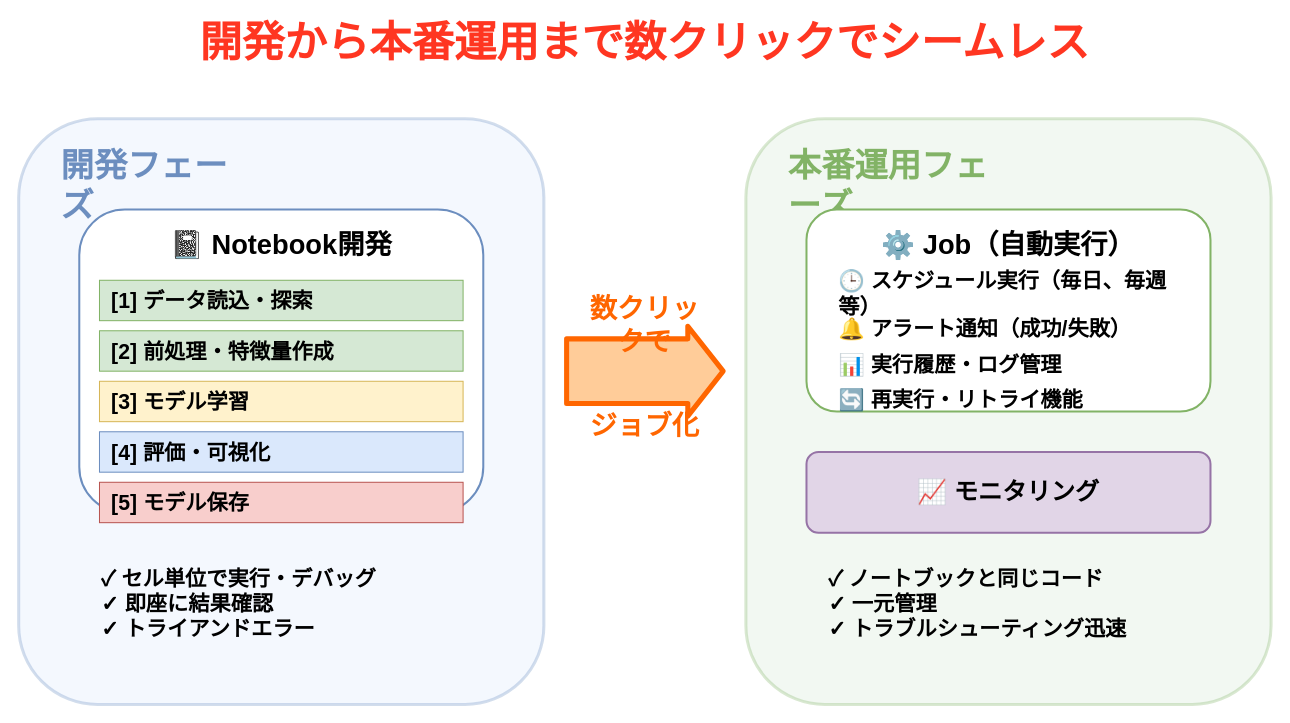
Earlier version of the draw.io diagram assets/2025-11-07-tamesare-data-sapporo/notebook-to-job.drawio (i9wa4/i9wa4.github.io). Source tidied: cells renumbered, new cells numbered last; positions are measured from the earlier drawing's top-left corner, leaving out a move shared by most shapes. Both pictures are drawn from the tidied source at 101%, with x=0, y=0 at pixel (18, 17).
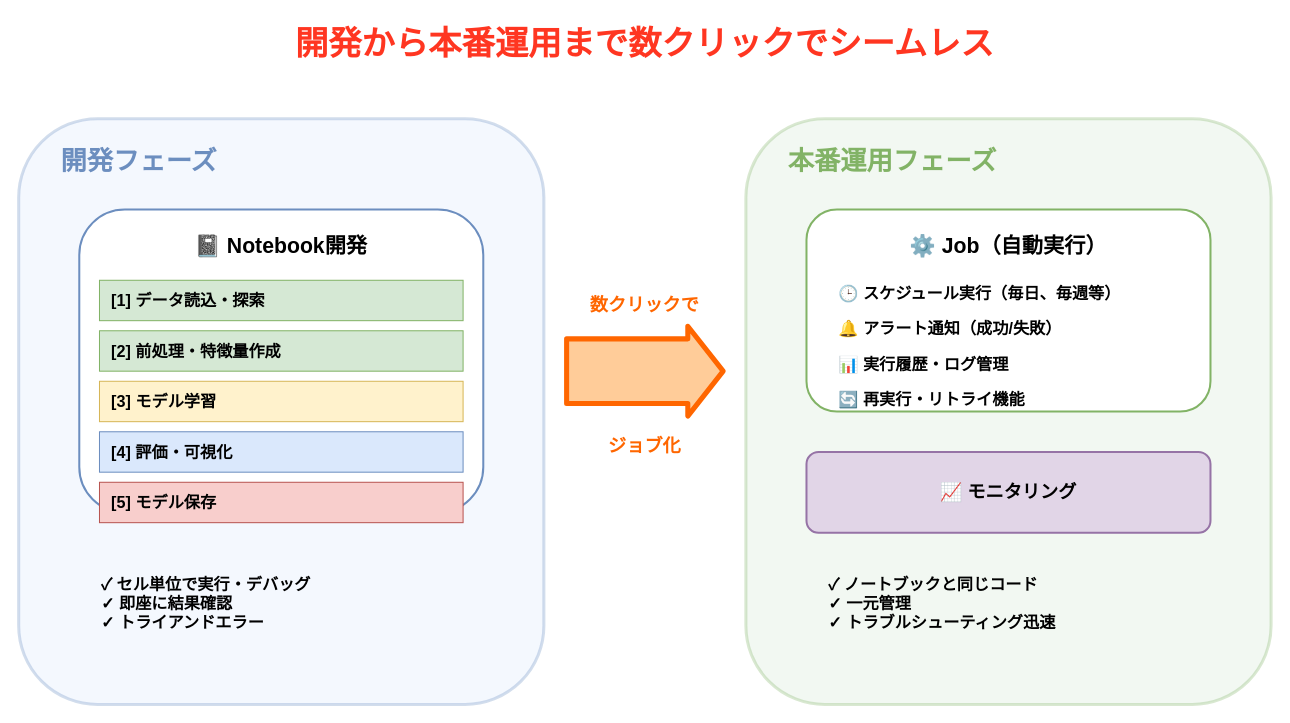
Above is the later version.

Diff of the diagram source:
```diff
@@
-    <mxCell id="2" value="開発から本番運用まで数クリックでシームレス" style="text;html=1;strokeColor=none;fillColor=none;align=center;verticalAlign=middle;whiteSpace=wrap;rounded=0;fontSize=42;fontStyle=1;fontColor=#FF3621;" parent="1" vertex="1">
+    <mxCell id="2" value="開発から本番運用まで数クリックでシームレス" style="text;html=1;strokeColor=none;fillColor=none;align=center;verticalAlign=middle;whiteSpace=wrap;rounded=0;fontSize=33;fontStyle=1;fontColor=#FF3621;" parent="1" vertex="1">
       <mxGeometry x="120" width="1000" height="50" as="geometry" />
     </mxCell>
@@
-    <mxCell id="4" value="開発フェーズ" style="text;html=1;strokeColor=none;fillColor=none;align=left;verticalAlign=top;whiteSpace=wrap;rounded=0;fontSize=33;fontStyle=1;fontColor=#6c8ebf;spacingLeft=20;" parent="1" vertex="1">
+    <mxCell id="4" value="開発フェーズ" style="text;html=1;strokeColor=none;fillColor=none;align=left;verticalAlign=top;whiteSpace=wrap;rounded=0;fontSize=26;fontStyle=1;fontColor=#6c8ebf;spacingLeft=20;" parent="1" vertex="1">
       <mxGeometry x="20" y="120" width="200" height="30" as="geometry" />
     </mxCell>
@@
-    <mxCell id="6" value="📓 Notebook開発" style="text;html=1;strokeColor=none;fillColor=none;align=center;verticalAlign=middle;whiteSpace=wrap;rounded=0;fontSize=27;fontStyle=1;" parent="1" vertex="1">
+    <mxCell id="6" value="📓 Notebook開発" style="text;html=1;strokeColor=none;fillColor=none;align=center;verticalAlign=middle;whiteSpace=wrap;rounded=0;fontSize=21;fontStyle=1;" parent="1" vertex="1">
       <mxGeometry x="100" y="210" width="320" height="30" as="geometry" />
     </mxCell>
-    <mxCell id="7" value="[1] データ読込・探索" style="rounded=0;whiteSpace=wrap;html=1;fillColor=#d5e8d4;strokeColor=#82b366;fontSize=21;fontStyle=1;align=left;spacingLeft=10;" parent="1" vertex="1">
+    <mxCell id="7" value="[1] データ読込・探索" style="rounded=0;whiteSpace=wrap;html=1;fillColor=#d5e8d4;strokeColor=#82b366;fontSize=16;fontStyle=1;align=left;spacingLeft=10;" parent="1" vertex="1">
       <mxGeometry x="80" y="260" width="360" height="40" as="geometry" />
     </mxCell>
-    <mxCell id="8" value="[2] 前処理・特徴量作成" style="rounded=0;whiteSpace=wrap;html=1;fillColor=#d5e8d4;strokeColor=#82b366;fontSize=21;fontStyle=1;align=left;spacingLeft=10;" parent="1" vertex="1">
+    <mxCell id="8" value="[2] 前処理・特徴量作成" style="rounded=0;whiteSpace=wrap;html=1;fillColor=#d5e8d4;strokeColor=#82b366;fontSize=16;fontStyle=1;align=left;spacingLeft=10;" parent="1" vertex="1">
       <mxGeometry x="80" y="310" width="360" height="40" as="geometry" />
     </mxCell>
-    <mxCell id="9" value="[3] モデル学習" style="rounded=0;whiteSpace=wrap;html=1;fillColor=#fff2cc;strokeColor=#d6b656;fontSize=21;fontStyle=1;align=left;spacingLeft=10;" parent="1" vertex="1">
+    <mxCell id="9" value="[3] モデル学習" style="rounded=0;whiteSpace=wrap;html=1;fillColor=#fff2cc;strokeColor=#d6b656;fontSize=16;fontStyle=1;align=left;spacingLeft=10;" parent="1" vertex="1">
       <mxGeometry x="80" y="360" width="360" height="40" as="geometry" />
     </mxCell>
-    <mxCell id="10" value="[4] 評価・可視化" style="rounded=0;whiteSpace=wrap;html=1;fillColor=#dae8fc;strokeColor=#6c8ebf;fontSize=21;fontStyle=1;align=left;spacingLeft=10;" parent="1" vertex="1">
+    <mxCell id="10" value="[4] 評価・可視化" style="rounded=0;whiteSpace=wrap;html=1;fillColor=#dae8fc;strokeColor=#6c8ebf;fontSize=16;fontStyle=1;align=left;spacingLeft=10;" parent="1" vertex="1">
       <mxGeometry x="80" y="410" width="360" height="40" as="geometry" />
     </mxCell>
-    <mxCell id="11" value="[5] モデル保存" style="rounded=0;whiteSpace=wrap;html=1;fillColor=#f8cecc;strokeColor=#b85450;fontSize=21;fontStyle=1;align=left;spacingLeft=10;" parent="1" vertex="1">
+    <mxCell id="11" value="[5] モデル保存" style="rounded=0;whiteSpace=wrap;html=1;fillColor=#f8cecc;strokeColor=#b85450;fontSize=16;fontStyle=1;align=left;spacingLeft=10;" parent="1" vertex="1">
       <mxGeometry x="80" y="460" width="360" height="40" as="geometry" />
     </mxCell>
-    <mxCell id="12" value="✓ セル単位で実行・デバッグ&lt;br&gt;✓ 即座に結果確認&lt;br&gt;✓ トライアンドエラー" style="text;html=1;strokeColor=none;fillColor=none;align=left;verticalAlign=middle;whiteSpace=wrap;rounded=0;fontSize=21;fontStyle=1;spacingLeft=20;" parent="1" vertex="1">
+    <mxCell id="12" value="✓ セル単位で実行・デバッグ&lt;br&gt;✓ 即座に結果確認&lt;br&gt;✓ トライアンドエラー" style="text;html=1;strokeColor=none;fillColor=none;align=left;verticalAlign=middle;whiteSpace=wrap;rounded=0;fontSize=16;fontStyle=1;spacingLeft=20;" parent="1" vertex="1">
       <mxGeometry x="60" y="550" width="400" height="60" as="geometry" />
     </mxCell>
@@
-    <mxCell id="14" value="本番運用フェーズ" style="text;html=1;strokeColor=none;fillColor=none;align=left;verticalAlign=top;whiteSpace=wrap;rounded=0;fontSize=33;fontStyle=1;fontColor=#82b366;spacingLeft=20;" parent="1" vertex="1">
+    <mxCell id="14" value="本番運用フェーズ" style="text;html=1;strokeColor=none;fillColor=none;align=left;verticalAlign=top;whiteSpace=wrap;rounded=0;fontSize=26;fontStyle=1;fontColor=#82b366;spacingLeft=20;" parent="1" vertex="1">
       <mxGeometry x="740" y="120" width="240" height="30" as="geometry" />
     </mxCell>
@@
-    <mxCell id="16" value="⚙️ Job（自動実行）" style="text;html=1;strokeColor=none;fillColor=none;align=center;verticalAlign=middle;whiteSpace=wrap;rounded=0;fontSize=27;fontStyle=1;" parent="1" vertex="1">
+    <mxCell id="16" value="⚙️ Job（自動実行）" style="text;html=1;strokeColor=none;fillColor=none;align=center;verticalAlign=middle;whiteSpace=wrap;rounded=0;fontSize=21;fontStyle=1;" parent="1" vertex="1">
       <mxGeometry x="820" y="210" width="320" height="30" as="geometry" />
     </mxCell>
-    <mxCell id="17" value="🕒 スケジュール実行（毎日、毎週等）" style="text;html=1;strokeColor=none;fillColor=none;align=left;verticalAlign=middle;whiteSpace=wrap;rounded=0;fontSize=21;fontStyle=1;spacingLeft=10;" parent="1" vertex="1">
+    <mxCell id="17" value="🕒 スケジュール実行（毎日、毎週等）" style="text;html=1;strokeColor=none;fillColor=none;align=left;verticalAlign=middle;whiteSpace=wrap;rounded=0;fontSize=16;fontStyle=1;spacingLeft=10;" parent="1" vertex="1">
       <mxGeometry x="800" y="260" width="360" height="25" as="geometry" />
     </mxCell>
-    <mxCell id="18" value="🔔 アラート通知（成功/失敗）" style="text;html=1;strokeColor=none;fillColor=none;align=left;verticalAlign=middle;whiteSpace=wrap;rounded=0;fontSize=21;fontStyle=1;spacingLeft=10;" parent="1" vertex="1">
+    <mxCell id="18" value="🔔 アラート通知（成功/失敗）" style="text;html=1;strokeColor=none;fillColor=none;align=left;verticalAlign=middle;whiteSpace=wrap;rounded=0;fontSize=16;fontStyle=1;spacingLeft=10;" parent="1" vertex="1">
       <mxGeometry x="800" y="295" width="360" height="25" as="geometry" />
     </mxCell>
-    <mxCell id="19" value="📊 実行履歴・ログ管理" style="text;html=1;strokeColor=none;fillColor=none;align=left;verticalAlign=middle;whiteSpace=wrap;rounded=0;fontSize=21;fontStyle=1;spacingLeft=10;" parent="1" vertex="1">
+    <mxCell id="19" value="📊 実行履歴・ログ管理" style="text;html=1;strokeColor=none;fillColor=none;align=left;verticalAlign=middle;whiteSpace=wrap;rounded=0;fontSize=16;fontStyle=1;spacingLeft=10;" parent="1" vertex="1">
       <mxGeometry x="800" y="330" width="360" height="25" as="geometry" />
     </mxCell>
-    <mxCell id="20" value="🔄 再実行・リトライ機能" style="text;html=1;strokeColor=none;fillColor=none;align=left;verticalAlign=middle;whiteSpace=wrap;rounded=0;fontSize=21;fontStyle=1;spacingLeft=10;" parent="1" vertex="1">
+    <mxCell id="20" value="🔄 再実行・リトライ機能" style="text;html=1;strokeColor=none;fillColor=none;align=left;verticalAlign=middle;whiteSpace=wrap;rounded=0;fontSize=16;fontStyle=1;spacingLeft=10;" parent="1" vertex="1">
       <mxGeometry x="800" y="365" width="360" height="25" as="geometry" />
     </mxCell>
@@
-    <mxCell id="22" value="📈 モニタリング" style="text;html=1;strokeColor=none;fillColor=none;align=center;verticalAlign=middle;whiteSpace=wrap;rounded=0;fontSize=24;fontStyle=1;" parent="1" vertex="1">
+    <mxCell id="22" value="📈 モニタリング" style="text;html=1;strokeColor=none;fillColor=none;align=center;verticalAlign=middle;whiteSpace=wrap;rounded=0;fontSize=18;fontStyle=1;" parent="1" vertex="1">
       <mxGeometry x="820" y="450" width="320" height="40" as="geometry" />
     </mxCell>
-    <mxCell id="23" value="✓ ノートブックと同じコード&lt;br&gt;✓ 一元管理&lt;br&gt;✓ トラブルシューティング迅速" style="text;html=1;strokeColor=none;fillColor=none;align=left;verticalAlign=middle;whiteSpace=wrap;rounded=0;fontSize=21;fontStyle=1;spacingLeft=20;" parent="1" vertex="1">
+    <mxCell id="23" value="✓ ノートブックと同じコード&lt;br&gt;✓ 一元管理&lt;br&gt;✓ トラブルシューティング迅速" style="text;html=1;strokeColor=none;fillColor=none;align=left;verticalAlign=middle;whiteSpace=wrap;rounded=0;fontSize=16;fontStyle=1;spacingLeft=20;" parent="1" vertex="1">
       <mxGeometry x="780" y="550" width="400" height="60" as="geometry" />
     </mxCell>
@@
-    <mxCell id="25" value="数クリックで" style="text;html=1;strokeColor=none;fillColor=none;align=center;verticalAlign=middle;whiteSpace=wrap;rounded=0;fontSize=27;fontStyle=1;fontColor=#FF6600;" parent="1" vertex="1">
-      <mxGeometry x="560" y="290" width="120" height="30" as="geometry" />
+    <mxCell id="25" value="数クリックで" style="text;html=1;strokeColor=none;fillColor=none;align=center;verticalAlign=middle;whiteSpace=wrap;rounded=0;fontSize=18;fontStyle=1;fontColor=#FF6600;" parent="1" vertex="1">
+      <mxGeometry x="560" y="270" width="120" height="30" as="geometry" />
     </mxCell>
-    <mxCell id="26" value="ジョブ化" style="text;html=1;strokeColor=none;fillColor=none;align=center;verticalAlign=middle;whiteSpace=wrap;rounded=0;fontSize=27;fontStyle=1;fontColor=#FF6600;" parent="1" vertex="1">
-      <mxGeometry x="560" y="390" width="120" height="30" as="geometry" />
+    <mxCell id="26" value="ジョブ化" style="text;html=1;strokeColor=none;fillColor=none;align=center;verticalAlign=middle;whiteSpace=wrap;rounded=0;fontSize=18;fontStyle=1;fontColor=#FF6600;" parent="1" vertex="1">
+      <mxGeometry x="560" y="410" width="120" height="30" as="geometry" />
     </mxCell>
```
